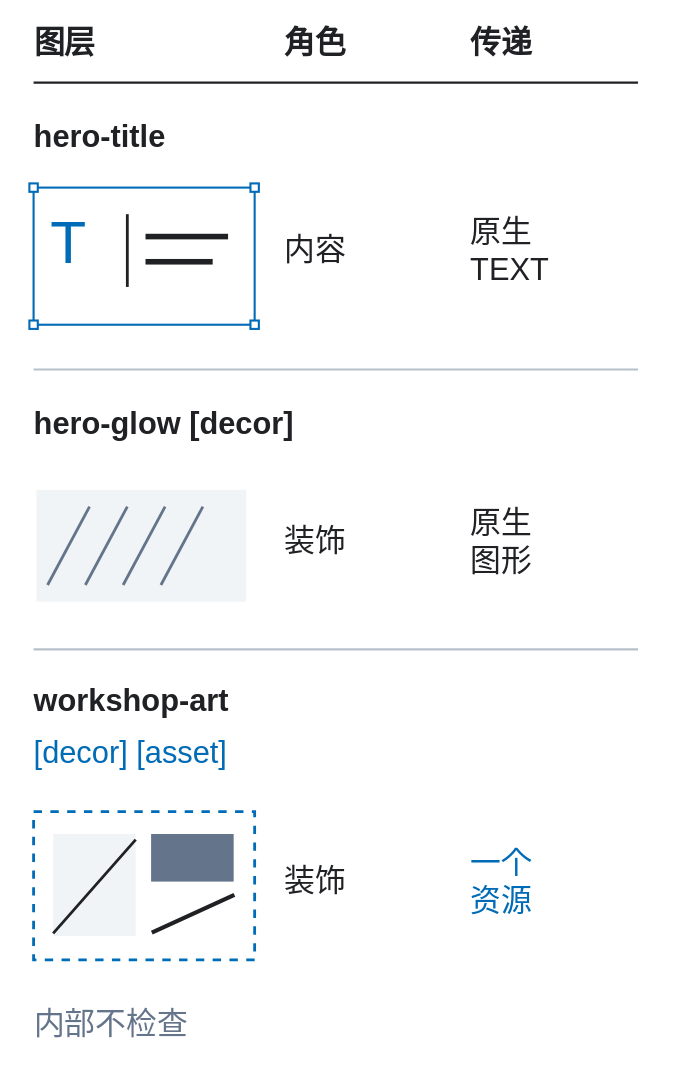
This is assets/tutorial/diagrams/roles-zh.svg from Poliklot/dfc-bridge, a draw.io export, as it was before one commit. Source tidied: cells renumbered, new cells last; positions are measured from the earlier drawing's top-left corner, leaving out a move shared by most shapes. Its diagram source:
```xml
<mxGraphModel>
  <root>
    <mxCell id="0" />
    <mxCell id="1" parent="0" />
    <mxCell id="2" style="rounded=0;arcSize=5;fillColor=#FFFFFF;strokeColor=none;strokeWidth=1.5;dashed=0;" parent="1" vertex="1">
      <mxGeometry width="480" height="760" as="geometry" />
    </mxCell>
    <mxCell id="3" value="图层" style="shape=text;whiteSpace=wrap;html=0;fillColor=none;strokeColor=none;fontFamily=Arial;fontSize=22;fontColor=#202124;fontStyle=1;align=left;verticalAlign=middle;spacing=0;overflow=visible;" parent="1" vertex="1">
      <mxGeometry x="24" y="14" width="160" height="34" as="geometry" />
    </mxCell>
    <mxCell id="4" value="角色" style="shape=text;whiteSpace=wrap;html=0;fillColor=none;strokeColor=none;fontFamily=Arial;fontSize=22;fontColor=#202124;fontStyle=1;align=left;verticalAlign=middle;spacing=0;overflow=visible;" parent="1" vertex="1">
      <mxGeometry x="203" y="14" width="108" height="34" as="geometry" />
    </mxCell>
    <mxCell id="5" value="传递" style="shape=text;whiteSpace=wrap;html=0;fillColor=none;strokeColor=none;fontFamily=Arial;fontSize=22;fontColor=#202124;fontStyle=1;align=left;verticalAlign=middle;spacing=0;overflow=visible;" parent="1" vertex="1">
      <mxGeometry x="336" y="14" width="120" height="34" as="geometry" />
    </mxCell>
    <mxCell id="6" style="endArrow=none;startArrow=none;strokeColor=#202124;strokeWidth=1.5;dashed=0;rounded=0;" parent="1" edge="1">
      <mxGeometry relative="1" as="geometry">
        <mxPoint x="24" y="59" as="sourcePoint" />
        <mxPoint x="456" y="59" as="targetPoint" />
      </mxGeometry>
    </mxCell>
    <mxCell id="7" value="hero-title" style="shape=text;whiteSpace=wrap;html=0;fillColor=none;strokeColor=none;fontFamily=Arial;fontSize=22;fontColor=#202124;fontStyle=1;align=left;verticalAlign=middle;spacing=0;overflow=visible;" parent="1" vertex="1">
      <mxGeometry x="24" y="82" width="432" height="32" as="geometry" />
    </mxCell>
    <mxCell id="8" style="rounded=0;arcSize=5;fillColor=#FFFFFF;strokeColor=#006BB6;strokeWidth=1.5;dashed=0;" parent="1" vertex="1">
      <mxGeometry x="24" y="134" width="158" height="98" as="geometry" />
    </mxCell>
    <mxCell id="9" value="T" style="shape=text;whiteSpace=wrap;html=0;fillColor=none;strokeColor=none;fontFamily=Arial;fontSize=42;fontColor=#006BB6;fontStyle=0;align=left;verticalAlign=middle;spacing=0;overflow=visible;" parent="8" vertex="1">
      <mxGeometry x="12" y="15" width="50" height="50" as="geometry" />
    </mxCell>
    <mxCell id="10" style="endArrow=none;startArrow=none;strokeColor=#202124;strokeWidth=2;dashed=0;rounded=0;" parent="8" edge="1">
      <mxGeometry relative="1" as="geometry">
        <mxPoint x="67" y="19" as="sourcePoint" />
        <mxPoint x="67" y="71" as="targetPoint" />
      </mxGeometry>
    </mxCell>
    <mxCell id="11" style="rounded=0;arcSize=5;fillColor=#202124;strokeColor=none;strokeWidth=1.5;dashed=0;" parent="8" vertex="1">
      <mxGeometry x="80" y="33" width="59" height="4" as="geometry" />
    </mxCell>
    <mxCell id="12" style="rounded=0;arcSize=5;fillColor=#202124;strokeColor=none;strokeWidth=1.5;dashed=0;" parent="8" vertex="1">
      <mxGeometry x="80" y="51" width="48" height="4" as="geometry" />
    </mxCell>
    <mxCell id="13" style="rounded=0;arcSize=5;fillColor=#FFFFFF;strokeColor=#006BB6;strokeWidth=1.5;dashed=0;" parent="1" vertex="1">
      <mxGeometry x="21" y="131" width="6" height="6" as="geometry" />
    </mxCell>
    <mxCell id="14" style="rounded=0;arcSize=5;fillColor=#FFFFFF;strokeColor=#006BB6;strokeWidth=1.5;dashed=0;" parent="1" vertex="1">
      <mxGeometry x="179" y="131" width="6" height="6" as="geometry" />
    </mxCell>
    <mxCell id="15" style="rounded=0;arcSize=5;fillColor=#FFFFFF;strokeColor=#006BB6;strokeWidth=1.5;dashed=0;" parent="1" vertex="1">
      <mxGeometry x="21" y="229" width="6" height="6" as="geometry" />
    </mxCell>
    <mxCell id="16" style="rounded=0;arcSize=5;fillColor=#FFFFFF;strokeColor=#006BB6;strokeWidth=1.5;dashed=0;" parent="1" vertex="1">
      <mxGeometry x="179" y="229" width="6" height="6" as="geometry" />
    </mxCell>
    <mxCell id="17" value="内容" style="shape=text;whiteSpace=wrap;html=0;fillColor=none;strokeColor=none;fontFamily=Arial;fontSize=22;fontColor=#202124;fontStyle=0;align=left;verticalAlign=middle;spacing=0;overflow=visible;" parent="1" vertex="1">
      <mxGeometry x="203" y="141" width="116" height="76" as="geometry" />
    </mxCell>
    <mxCell id="18" value="原生&#10;TEXT" style="shape=text;whiteSpace=wrap;html=0;fillColor=none;strokeColor=none;fontFamily=Arial;fontSize=22;fontColor=#202124;fontStyle=0;align=left;verticalAlign=middle;spacing=0;overflow=visible;" parent="1" vertex="1">
      <mxGeometry x="336" y="141" width="120" height="76" as="geometry" />
    </mxCell>
    <mxCell id="19" style="endArrow=none;startArrow=none;strokeColor=#B8C1CB;strokeWidth=1.5;dashed=0;rounded=0;" parent="1" edge="1">
      <mxGeometry relative="1" as="geometry">
        <mxPoint x="24" y="264" as="sourcePoint" />
        <mxPoint x="456" y="264" as="targetPoint" />
      </mxGeometry>
    </mxCell>
    <mxCell id="20" value="hero-glow [decor]" style="shape=text;whiteSpace=wrap;html=0;fillColor=none;strokeColor=none;fontFamily=Arial;fontSize=22;fontColor=#202124;fontStyle=1;align=left;verticalAlign=middle;spacing=0;overflow=visible;" parent="1" vertex="1">
      <mxGeometry x="24" y="287" width="432" height="32" as="geometry" />
    </mxCell>
    <mxCell id="21" style="rounded=0;arcSize=5;fillColor=#F1F4F6;strokeColor=none;strokeWidth=1.5;dashed=0;" parent="1" vertex="1">
      <mxGeometry x="26" y="350" width="150" height="80" as="geometry" />
    </mxCell>
    <mxCell id="22" style="endArrow=none;startArrow=none;strokeColor=#64748B;strokeWidth=2;dashed=0;rounded=0;" parent="1" edge="1">
      <mxGeometry relative="1" as="geometry">
        <mxPoint x="34" y="418" as="sourcePoint" />
        <mxPoint x="64" y="362" as="targetPoint" />
      </mxGeometry>
    </mxCell>
    <mxCell id="23" style="endArrow=none;startArrow=none;strokeColor=#64748B;strokeWidth=2;dashed=0;rounded=0;" parent="1" edge="1">
      <mxGeometry relative="1" as="geometry">
        <mxPoint x="61" y="418" as="sourcePoint" />
        <mxPoint x="91" y="362" as="targetPoint" />
      </mxGeometry>
    </mxCell>
    <mxCell id="24" style="endArrow=none;startArrow=none;strokeColor=#64748B;strokeWidth=2;dashed=0;rounded=0;" parent="1" edge="1">
      <mxGeometry relative="1" as="geometry">
        <mxPoint x="88" y="418" as="sourcePoint" />
        <mxPoint x="118" y="362" as="targetPoint" />
      </mxGeometry>
    </mxCell>
    <mxCell id="25" style="endArrow=none;startArrow=none;strokeColor=#64748B;strokeWidth=2;dashed=0;rounded=0;" parent="1" edge="1">
      <mxGeometry relative="1" as="geometry">
        <mxPoint x="115" y="418" as="sourcePoint" />
        <mxPoint x="145" y="362" as="targetPoint" />
      </mxGeometry>
    </mxCell>
    <mxCell id="26" value="装饰" style="shape=text;whiteSpace=wrap;html=0;fillColor=none;strokeColor=none;fontFamily=Arial;fontSize=22;fontColor=#202124;fontStyle=0;align=left;verticalAlign=middle;spacing=0;overflow=visible;" parent="1" vertex="1">
      <mxGeometry x="203" y="348" width="116" height="78" as="geometry" />
    </mxCell>
    <mxCell id="27" value="原生&#10;图形" style="shape=text;whiteSpace=wrap;html=0;fillColor=none;strokeColor=none;fontFamily=Arial;fontSize=22;fontColor=#202124;fontStyle=0;align=left;verticalAlign=middle;spacing=0;overflow=visible;" parent="1" vertex="1">
      <mxGeometry x="336" y="348" width="120" height="78" as="geometry" />
    </mxCell>
    <mxCell id="28" style="endArrow=none;startArrow=none;strokeColor=#B8C1CB;strokeWidth=1.5;dashed=0;rounded=0;" parent="1" edge="1">
      <mxGeometry relative="1" as="geometry">
        <mxPoint x="24" y="464" as="sourcePoint" />
        <mxPoint x="456" y="464" as="targetPoint" />
      </mxGeometry>
    </mxCell>
    <mxCell id="29" value="workshop-art" style="shape=text;whiteSpace=wrap;html=0;fillColor=none;strokeColor=none;fontFamily=Arial;fontSize=22;fontColor=#202124;fontStyle=1;align=left;verticalAlign=middle;spacing=0;overflow=visible;" parent="1" vertex="1">
      <mxGeometry x="24" y="485" width="432" height="32" as="geometry" />
    </mxCell>
    <mxCell id="30" value="[decor] [asset]" style="shape=text;whiteSpace=wrap;html=0;fillColor=none;strokeColor=none;fontFamily=Arial;fontSize=22;fontColor=#006BB6;fontStyle=0;align=left;verticalAlign=middle;spacing=0;overflow=visible;" parent="1" vertex="1">
      <mxGeometry x="24" y="522" width="432" height="32" as="geometry" />
    </mxCell>
    <mxCell id="31" style="rounded=0;arcSize=5;fillColor=#FFFFFF;strokeColor=#006BB6;strokeWidth=2;dashed=1;" parent="1" vertex="1">
      <mxGeometry x="24" y="580" width="158" height="106" as="geometry" />
    </mxCell>
    <mxCell id="32" style="rounded=0;arcSize=5;fillColor=#F1F4F6;strokeColor=none;strokeWidth=1.5;dashed=0;" parent="31" vertex="1">
      <mxGeometry x="14" y="16" width="59" height="73" as="geometry" />
    </mxCell>
    <mxCell id="33" style="rounded=0;arcSize=5;fillColor=#64748B;strokeColor=none;strokeWidth=1.5;dashed=0;" parent="31" vertex="1">
      <mxGeometry x="84" y="16" width="59" height="34" as="geometry" />
    </mxCell>
    <mxCell id="34" style="endArrow=none;startArrow=none;strokeColor=#202124;strokeWidth=3;dashed=0;rounded=0;" parent="31" edge="1">
      <mxGeometry relative="1" as="geometry">
        <mxPoint x="84" y="86" as="sourcePoint" />
        <mxPoint x="143" y="59" as="targetPoint" />
      </mxGeometry>
    </mxCell>
    <mxCell id="35" style="endArrow=none;startArrow=none;strokeColor=#202124;strokeWidth=2;dashed=0;rounded=0;" parent="31" edge="1">
      <mxGeometry relative="1" as="geometry">
        <mxPoint x="14" y="87" as="sourcePoint" />
        <mxPoint x="73" y="20" as="targetPoint" />
      </mxGeometry>
    </mxCell>
    <mxCell id="36" value="装饰" style="shape=text;whiteSpace=wrap;html=0;fillColor=none;strokeColor=none;fontFamily=Arial;fontSize=22;fontColor=#202124;fontStyle=0;align=left;verticalAlign=middle;spacing=0;overflow=visible;" parent="1" vertex="1">
      <mxGeometry x="203" y="591" width="116" height="78" as="geometry" />
    </mxCell>
    <mxCell id="37" value="一个&#10;资源" style="shape=text;whiteSpace=wrap;html=0;fillColor=none;strokeColor=none;fontFamily=Arial;fontSize=22;fontColor=#006BB6;fontStyle=0;align=left;verticalAlign=middle;spacing=0;overflow=visible;" parent="1" vertex="1">
      <mxGeometry x="336" y="591" width="120" height="78" as="geometry" />
    </mxCell>
    <mxCell id="38" value="内部不检查" style="shape=text;whiteSpace=wrap;html=0;fillColor=none;strokeColor=none;fontFamily=Arial;fontSize=22;fontColor=#64748B;fontStyle=0;align=left;verticalAlign=middle;spacing=0;overflow=visible;" parent="1" vertex="1">
      <mxGeometry x="24" y="716" width="432" height="32" as="geometry" />
    </mxCell>
  </root>
</mxGraphModel>
```
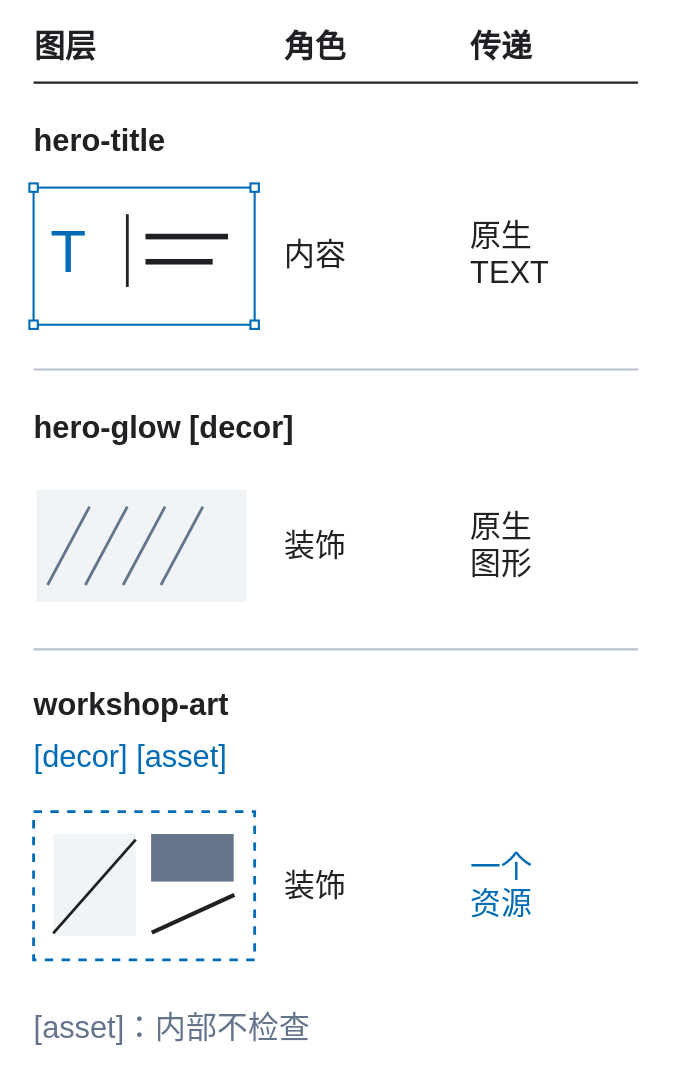
The same file after the commit.

Change to the diagram source:
```diff
@@ -5,13 +5,13 @@
     <mxCell id="2" style="rounded=0;arcSize=5;fillColor=#FFFFFF;strokeColor=none;strokeWidth=1.5;dashed=0;" parent="1" vertex="1">
       <mxGeometry width="480" height="760" as="geometry" />
     </mxCell>
-    <mxCell id="3" value="图层" style="shape=text;whiteSpace=wrap;html=0;fillColor=none;strokeColor=none;fontFamily=Arial;fontSize=22;fontColor=#202124;fontStyle=1;align=left;verticalAlign=middle;spacing=0;overflow=visible;" parent="1" vertex="1">
+    <mxCell id="3" value="图层" style="shape=text;whiteSpace=nowrap;html=0;fillColor=none;strokeColor=none;fontFamily=Arial;fontSize=22;fontColor=#202124;fontStyle=1;align=left;verticalAlign=middle;spacing=0;overflow=visible;" parent="1" vertex="1">
       <mxGeometry x="24" y="14" width="160" height="34" as="geometry" />
     </mxCell>
-    <mxCell id="4" value="角色" style="shape=text;whiteSpace=wrap;html=0;fillColor=none;strokeColor=none;fontFamily=Arial;fontSize=22;fontColor=#202124;fontStyle=1;align=left;verticalAlign=middle;spacing=0;overflow=visible;" parent="1" vertex="1">
+    <mxCell id="4" value="角色" style="shape=text;whiteSpace=nowrap;html=0;fillColor=none;strokeColor=none;fontFamily=Arial;fontSize=22;fontColor=#202124;fontStyle=1;align=left;verticalAlign=middle;spacing=0;overflow=visible;" parent="1" vertex="1">
       <mxGeometry x="203" y="14" width="108" height="34" as="geometry" />
     </mxCell>
-    <mxCell id="5" value="传递" style="shape=text;whiteSpace=wrap;html=0;fillColor=none;strokeColor=none;fontFamily=Arial;fontSize=22;fontColor=#202124;fontStyle=1;align=left;verticalAlign=middle;spacing=0;overflow=visible;" parent="1" vertex="1">
+    <mxCell id="5" value="传递" style="shape=text;whiteSpace=nowrap;html=0;fillColor=none;strokeColor=none;fontFamily=Arial;fontSize=22;fontColor=#202124;fontStyle=1;align=left;verticalAlign=middle;spacing=0;overflow=visible;" parent="1" vertex="1">
       <mxGeometry x="336" y="14" width="120" height="34" as="geometry" />
     </mxCell>
     <mxCell id="6" style="endArrow=none;startArrow=none;strokeColor=#202124;strokeWidth=1.5;dashed=0;rounded=0;" parent="1" edge="1">
@@ -20,13 +20,13 @@
         <mxPoint x="456" y="59" as="targetPoint" />
       </mxGeometry>
     </mxCell>
-    <mxCell id="7" value="hero-title" style="shape=text;whiteSpace=wrap;html=0;fillColor=none;strokeColor=none;fontFamily=Arial;fontSize=22;fontColor=#202124;fontStyle=1;align=left;verticalAlign=middle;spacing=0;overflow=visible;" parent="1" vertex="1">
+    <mxCell id="7" value="hero-title" style="shape=text;whiteSpace=nowrap;html=0;fillColor=none;strokeColor=none;fontFamily=Arial;fontSize=22;fontColor=#202124;fontStyle=1;align=left;verticalAlign=middle;spacing=0;overflow=visible;" parent="1" vertex="1">
       <mxGeometry x="24" y="82" width="432" height="32" as="geometry" />
     </mxCell>
     <mxCell id="8" style="rounded=0;arcSize=5;fillColor=#FFFFFF;strokeColor=#006BB6;strokeWidth=1.5;dashed=0;" parent="1" vertex="1">
       <mxGeometry x="24" y="134" width="158" height="98" as="geometry" />
     </mxCell>
-    <mxCell id="9" value="T" style="shape=text;whiteSpace=wrap;html=0;fillColor=none;strokeColor=none;fontFamily=Arial;fontSize=42;fontColor=#006BB6;fontStyle=0;align=left;verticalAlign=middle;spacing=0;overflow=visible;" parent="8" vertex="1">
+    <mxCell id="9" value="T" style="shape=text;whiteSpace=nowrap;html=0;fillColor=none;strokeColor=none;fontFamily=Arial;fontSize=42;fontColor=#006BB6;fontStyle=0;align=left;verticalAlign=middle;spacing=0;overflow=visible;" parent="8" vertex="1">
       <mxGeometry x="12" y="15" width="50" height="50" as="geometry" />
     </mxCell>
     <mxCell id="10" style="endArrow=none;startArrow=none;strokeColor=#202124;strokeWidth=2;dashed=0;rounded=0;" parent="8" edge="1">
@@ -53,10 +53,10 @@
     <mxCell id="16" style="rounded=0;arcSize=5;fillColor=#FFFFFF;strokeColor=#006BB6;strokeWidth=1.5;dashed=0;" parent="1" vertex="1">
       <mxGeometry x="179" y="229" width="6" height="6" as="geometry" />
     </mxCell>
-    <mxCell id="17" value="内容" style="shape=text;whiteSpace=wrap;html=0;fillColor=none;strokeColor=none;fontFamily=Arial;fontSize=22;fontColor=#202124;fontStyle=0;align=left;verticalAlign=middle;spacing=0;overflow=visible;" parent="1" vertex="1">
+    <mxCell id="17" value="内容" style="shape=text;whiteSpace=nowrap;html=0;fillColor=none;strokeColor=none;fontFamily=Arial;fontSize=22;fontColor=#202124;fontStyle=0;align=left;verticalAlign=middle;spacing=0;overflow=visible;" parent="1" vertex="1">
       <mxGeometry x="203" y="141" width="116" height="76" as="geometry" />
     </mxCell>
-    <mxCell id="18" value="原生&#10;TEXT" style="shape=text;whiteSpace=wrap;html=0;fillColor=none;strokeColor=none;fontFamily=Arial;fontSize=22;fontColor=#202124;fontStyle=0;align=left;verticalAlign=middle;spacing=0;overflow=visible;" parent="1" vertex="1">
+    <mxCell id="18" value="原生&#10;TEXT" style="shape=text;whiteSpace=nowrap;html=0;fillColor=none;strokeColor=none;fontFamily=Arial;fontSize=22;fontColor=#202124;fontStyle=0;align=left;verticalAlign=middle;spacing=0;overflow=visible;" parent="1" vertex="1">
       <mxGeometry x="336" y="141" width="120" height="76" as="geometry" />
     </mxCell>
     <mxCell id="19" style="endArrow=none;startArrow=none;strokeColor=#B8C1CB;strokeWidth=1.5;dashed=0;rounded=0;" parent="1" edge="1">
@@ -65,7 +65,7 @@
         <mxPoint x="456" y="264" as="targetPoint" />
       </mxGeometry>
     </mxCell>
-    <mxCell id="20" value="hero-glow [decor]" style="shape=text;whiteSpace=wrap;html=0;fillColor=none;strokeColor=none;fontFamily=Arial;fontSize=22;fontColor=#202124;fontStyle=1;align=left;verticalAlign=middle;spacing=0;overflow=visible;" parent="1" vertex="1">
+    <mxCell id="20" value="hero-glow [decor]" style="shape=text;whiteSpace=nowrap;html=0;fillColor=none;strokeColor=none;fontFamily=Arial;fontSize=22;fontColor=#202124;fontStyle=1;align=left;verticalAlign=middle;spacing=0;overflow=visible;" parent="1" vertex="1">
       <mxGeometry x="24" y="287" width="432" height="32" as="geometry" />
     </mxCell>
     <mxCell id="21" style="rounded=0;arcSize=5;fillColor=#F1F4F6;strokeColor=none;strokeWidth=1.5;dashed=0;" parent="1" vertex="1">
@@ -95,10 +95,10 @@
         <mxPoint x="145" y="362" as="targetPoint" />
       </mxGeometry>
     </mxCell>
-    <mxCell id="26" value="装饰" style="shape=text;whiteSpace=wrap;html=0;fillColor=none;strokeColor=none;fontFamily=Arial;fontSize=22;fontColor=#202124;fontStyle=0;align=left;verticalAlign=middle;spacing=0;overflow=visible;" parent="1" vertex="1">
+    <mxCell id="26" value="装饰" style="shape=text;whiteSpace=nowrap;html=0;fillColor=none;strokeColor=none;fontFamily=Arial;fontSize=22;fontColor=#202124;fontStyle=0;align=left;verticalAlign=middle;spacing=0;overflow=visible;" parent="1" vertex="1">
       <mxGeometry x="203" y="348" width="116" height="78" as="geometry" />
     </mxCell>
-    <mxCell id="27" value="原生&#10;图形" style="shape=text;whiteSpace=wrap;html=0;fillColor=none;strokeColor=none;fontFamily=Arial;fontSize=22;fontColor=#202124;fontStyle=0;align=left;verticalAlign=middle;spacing=0;overflow=visible;" parent="1" vertex="1">
+    <mxCell id="27" value="原生&#10;图形" style="shape=text;whiteSpace=nowrap;html=0;fillColor=none;strokeColor=none;fontFamily=Arial;fontSize=22;fontColor=#202124;fontStyle=0;align=left;verticalAlign=middle;spacing=0;overflow=visible;" parent="1" vertex="1">
       <mxGeometry x="336" y="348" width="120" height="78" as="geometry" />
     </mxCell>
     <mxCell id="28" style="endArrow=none;startArrow=none;strokeColor=#B8C1CB;strokeWidth=1.5;dashed=0;rounded=0;" parent="1" edge="1">
@@ -107,10 +107,10 @@
         <mxPoint x="456" y="464" as="targetPoint" />
       </mxGeometry>
     </mxCell>
-    <mxCell id="29" value="workshop-art" style="shape=text;whiteSpace=wrap;html=0;fillColor=none;strokeColor=none;fontFamily=Arial;fontSize=22;fontColor=#202124;fontStyle=1;align=left;verticalAlign=middle;spacing=0;overflow=visible;" parent="1" vertex="1">
+    <mxCell id="29" value="workshop-art" style="shape=text;whiteSpace=nowrap;html=0;fillColor=none;strokeColor=none;fontFamily=Arial;fontSize=22;fontColor=#202124;fontStyle=1;align=left;verticalAlign=middle;spacing=0;overflow=visible;" parent="1" vertex="1">
       <mxGeometry x="24" y="485" width="432" height="32" as="geometry" />
     </mxCell>
-    <mxCell id="30" value="[decor] [asset]" style="shape=text;whiteSpace=wrap;html=0;fillColor=none;strokeColor=none;fontFamily=Arial;fontSize=22;fontColor=#006BB6;fontStyle=0;align=left;verticalAlign=middle;spacing=0;overflow=visible;" parent="1" vertex="1">
+    <mxCell id="30" value="[decor] [asset]" style="shape=text;whiteSpace=nowrap;html=0;fillColor=none;strokeColor=none;fontFamily=Arial;fontSize=22;fontColor=#006BB6;fontStyle=0;align=left;verticalAlign=middle;spacing=0;overflow=visible;" parent="1" vertex="1">
       <mxGeometry x="24" y="522" width="432" height="32" as="geometry" />
     </mxCell>
     <mxCell id="31" style="rounded=0;arcSize=5;fillColor=#FFFFFF;strokeColor=#006BB6;strokeWidth=2;dashed=1;" parent="1" vertex="1">
@@ -134,13 +134,13 @@
         <mxPoint x="73" y="20" as="targetPoint" />
       </mxGeometry>
     </mxCell>
-    <mxCell id="36" value="装饰" style="shape=text;whiteSpace=wrap;html=0;fillColor=none;strokeColor=none;fontFamily=Arial;fontSize=22;fontColor=#202124;fontStyle=0;align=left;verticalAlign=middle;spacing=0;overflow=visible;" parent="1" vertex="1">
+    <mxCell id="36" value="装饰" style="shape=text;whiteSpace=nowrap;html=0;fillColor=none;strokeColor=none;fontFamily=Arial;fontSize=22;fontColor=#202124;fontStyle=0;align=left;verticalAlign=middle;spacing=0;overflow=visible;" parent="1" vertex="1">
       <mxGeometry x="203" y="591" width="116" height="78" as="geometry" />
     </mxCell>
-    <mxCell id="37" value="一个&#10;资源" style="shape=text;whiteSpace=wrap;html=0;fillColor=none;strokeColor=none;fontFamily=Arial;fontSize=22;fontColor=#006BB6;fontStyle=0;align=left;verticalAlign=middle;spacing=0;overflow=visible;" parent="1" vertex="1">
+    <mxCell id="37" value="一个&#10;资源" style="shape=text;whiteSpace=nowrap;html=0;fillColor=none;strokeColor=none;fontFamily=Arial;fontSize=22;fontColor=#006BB6;fontStyle=0;align=left;verticalAlign=middle;spacing=0;overflow=visible;" parent="1" vertex="1">
       <mxGeometry x="336" y="591" width="120" height="78" as="geometry" />
     </mxCell>
-    <mxCell id="38" value="内部不检查" style="shape=text;whiteSpace=wrap;html=0;fillColor=none;strokeColor=none;fontFamily=Arial;fontSize=22;fontColor=#64748B;fontStyle=0;align=left;verticalAlign=middle;spacing=0;overflow=visible;" parent="1" vertex="1">
+    <mxCell id="38" value="[asset]：内部不检查" style="shape=text;whiteSpace=nowrap;html=0;fillColor=none;strokeColor=none;fontFamily=Arial;fontSize=22;fontColor=#64748B;fontStyle=0;align=left;verticalAlign=middle;spacing=0;overflow=visible;" parent="1" vertex="1">
       <mxGeometry x="24" y="716" width="432" height="32" as="geometry" />
     </mxCell>
   </root>
```
